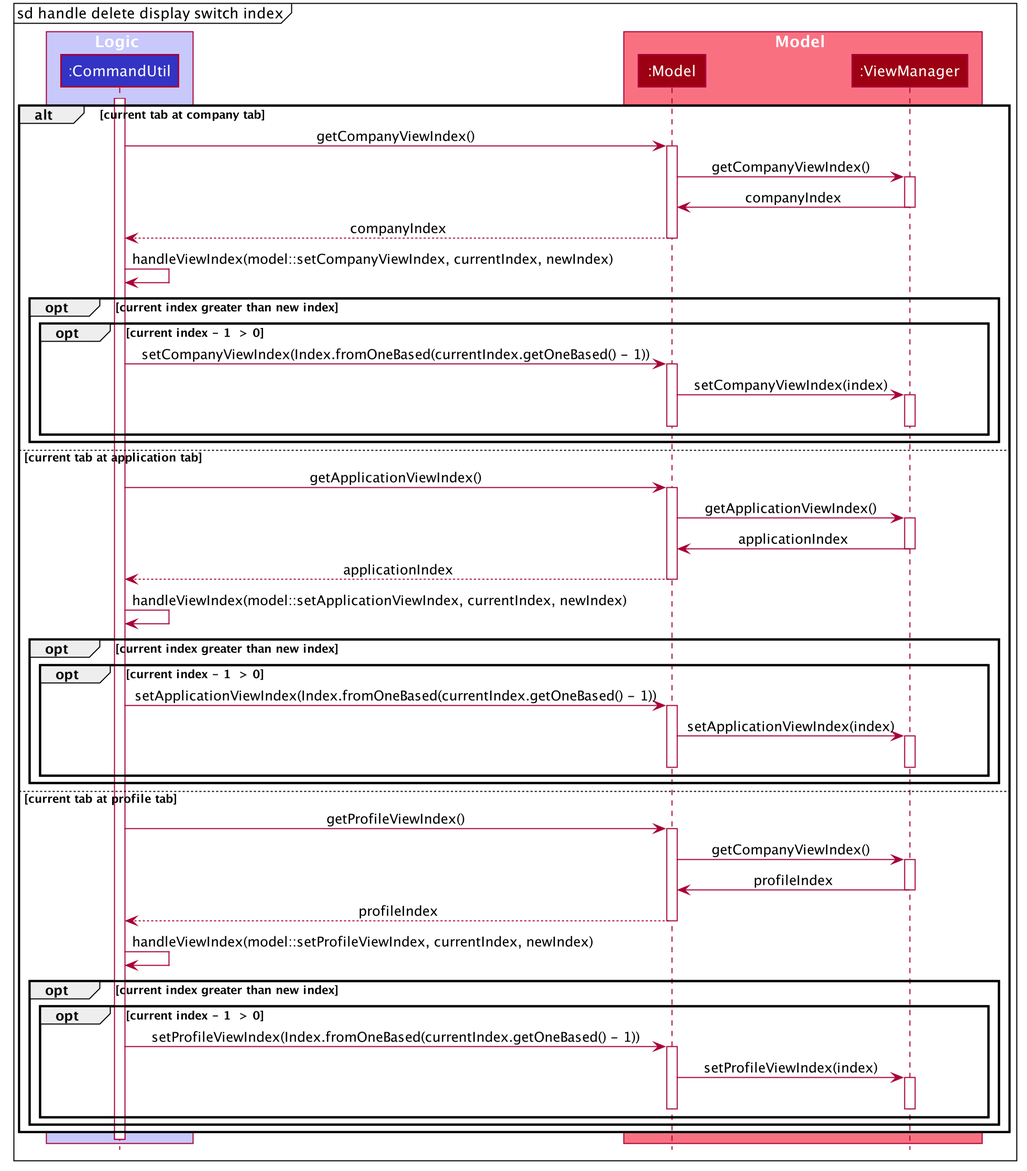
Earlier version of the PlantUML export docs/images/HandleDeleteDisplaySwitchIndexSequenceDiagram.png (shawn-nyk/tp).
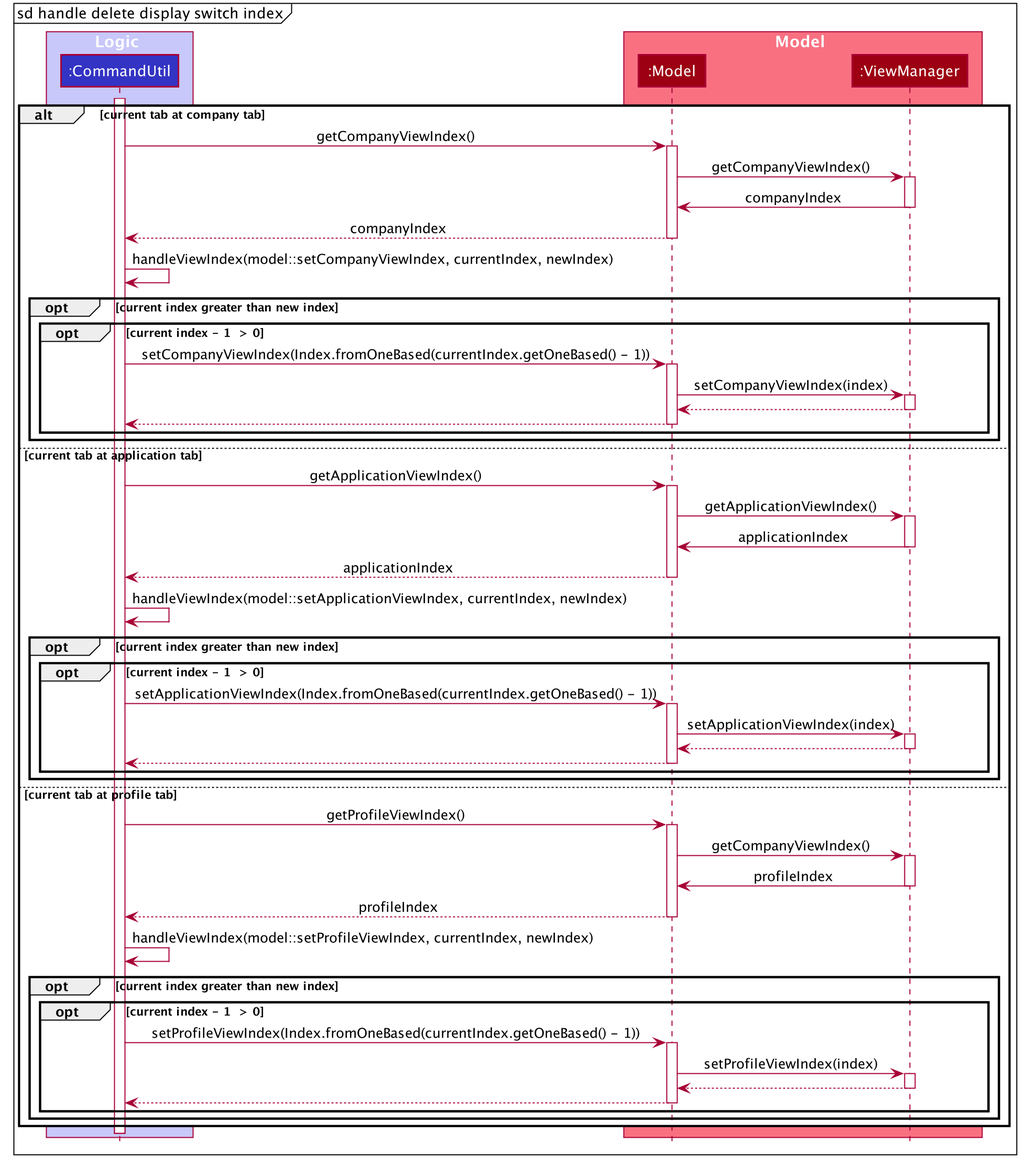
The same diagram one commit later.

The edit, as a diff of the source:
```diff
@@ -78,7 +78,9 @@
             activate Model
             Model -> ViewManager : setCompanyViewIndex(index)
             activate ViewManager
+            ViewManager --> Model
             deactivate ViewManager
+            Model --> CommandUtil
             deactivate Model
         end
     end
@@ -98,7 +100,9 @@
             activate Model
             Model -> ViewManager : setApplicationViewIndex(index)
             activate ViewManager
+            ViewManager --> Model
             deactivate ViewManager
+            Model --> CommandUtil
             deactivate Model
         end
     end
@@ -118,7 +122,9 @@
             activate Model
             Model -> ViewManager : setProfileViewIndex(index)
             activate ViewManager
+            ViewManager --> Model
             deactivate ViewManager
+            Model --> CommandUtil
             deactivate Model
         end
     end
```
